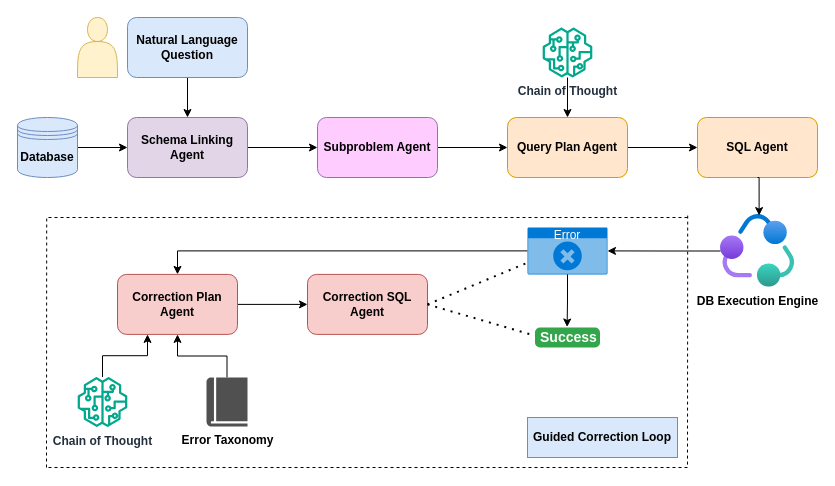
Above: sql-of-thought.drawio in shollercoaster/multiagent-finetuning (draw.io), before the change. Source tidied: cells renumbered, new cells numbered last; positions are measured from the earlier drawing's top-left corner, leaving out a move shared by most shapes. Both pictures are drawn from the tidied source at 100%, with x=0, y=0 at pixel (17, 17).
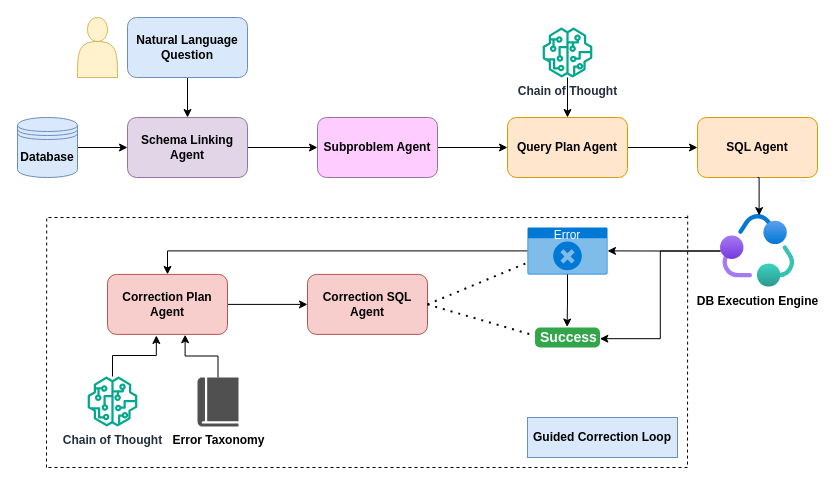
The same diagram, later.

The change refers to these unchanged cells:
```xml
<mxCell id="16" value="&lt;b&gt;DB Execution Engine&lt;/b&gt;" style="image;html=1;points=[];align=center;fontSize=12;image=img/lib/azure2/azure_ecosystem/Collaborative_Service.svg;" parent="1" vertex="1">
  <mxGeometry x="703" y="197.1" width="74" height="72.7" as="geometry" />
</mxCell>
<mxCell id="17" value="Success" style="html=1;shadow=0;dashed=0;shape=mxgraph.bootstrap.rrect;rSize=5;strokeColor=none;strokeWidth=1;fillColor=#33A64C;fontColor=#FFFFFF;whiteSpace=wrap;align=left;verticalAlign=middle;spacingLeft=0;fontStyle=1;fontSize=14;spacing=5;" parent="1" vertex="1">
  <mxGeometry x="517.5" y="310" width="65" height="20" as="geometry" />
</mxCell>
```

What changed in the source:
```diff
@@
     <mxCell id="21" value="&lt;b&gt;Correction Plan Agent&lt;/b&gt;" style="rounded=1;whiteSpace=wrap;html=1;fillColor=#f8cecc;strokeColor=#b85450;" parent="1" vertex="1">
-      <mxGeometry x="100" y="256.9" width="120" height="60" as="geometry" />
+      <mxGeometry x="90" y="256.9" width="120" height="60" as="geometry" />
     </mxCell>
@@
-    <mxCell id="23" style="edgeStyle=orthogonalEdgeStyle;rounded=0;jettySize=auto;html=1;entryX=0.25;entryY=1;entryDx=0;entryDy=0;" parent="1" edge="1" source="24" target="21">
-      <mxGeometry relative="1" as="geometry" />
-    </mxCell>
     <mxCell id="24" value="&lt;b&gt;Chain of Thought&lt;/b&gt;" style="sketch=0;outlineConnect=0;fontColor=#232F3E;gradientColor=none;fillColor=#01A88D;strokeColor=none;dashed=0;verticalLabelPosition=bottom;verticalAlign=top;align=center;html=1;fontSize=12;fontStyle=0;shape=mxgraph.aws4.sagemaker_model;" parent="1" vertex="1">
-      <mxGeometry x="60" y="359.5" width="50" height="50" as="geometry" />
+      <mxGeometry x="70" y="359" width="50" height="50" as="geometry" />
     </mxCell>
-    <mxCell id="25" style="edgeStyle=orthogonalEdgeStyle;rounded=0;jettySize=auto;html=1;entryX=0.5;entryY=1;entryDx=0;entryDy=0;" parent="1" edge="1" source="26" target="21">
+    <mxCell id="25" style="edgeStyle=orthogonalEdgeStyle;rounded=0;jettySize=auto;html=1;entryX=0.647;entryY=1.005;entryDx=0;entryDy=0;entryPerimeter=0;" parent="1" edge="1" source="26" target="21">
       <mxGeometry relative="1" as="geometry" />
     </mxCell>
     <mxCell id="26" value="&lt;b&gt;Error Taxonomy&lt;/b&gt;" style="sketch=0;shadow=0;dashed=0;html=1;strokeColor=none;fillColor=#505050;labelPosition=center;verticalLabelPosition=bottom;verticalAlign=top;outlineConnect=0;align=center;shape=mxgraph.office.concepts.book_journal;" parent="1" vertex="1">
-      <mxGeometry x="189" y="360" width="41" height="49" as="geometry" />
+      <mxGeometry x="180" y="360" width="41" height="49" as="geometry" />
     </mxCell>
@@
+    <mxCell id="23" style="edgeStyle=orthogonalEdgeStyle;rounded=0;jettySize=auto;html=1;entryX=0.407;entryY=1.018;entryDx=0;entryDy=0;entryPerimeter=0;" parent="1" edge="1" source="24" target="21">
+      <mxGeometry relative="1" as="geometry" />
+    </mxCell>
+    <mxCell id="37" style="edgeStyle=orthogonalEdgeStyle;rounded=0;jettySize=auto;html=1;entryX=0.998;entryY=0.56;entryDx=0;entryDy=0;entryPerimeter=0;" parent="1" edge="1" source="16" target="17">
+      <mxGeometry relative="1" as="geometry" />
+    </mxCell>
```
